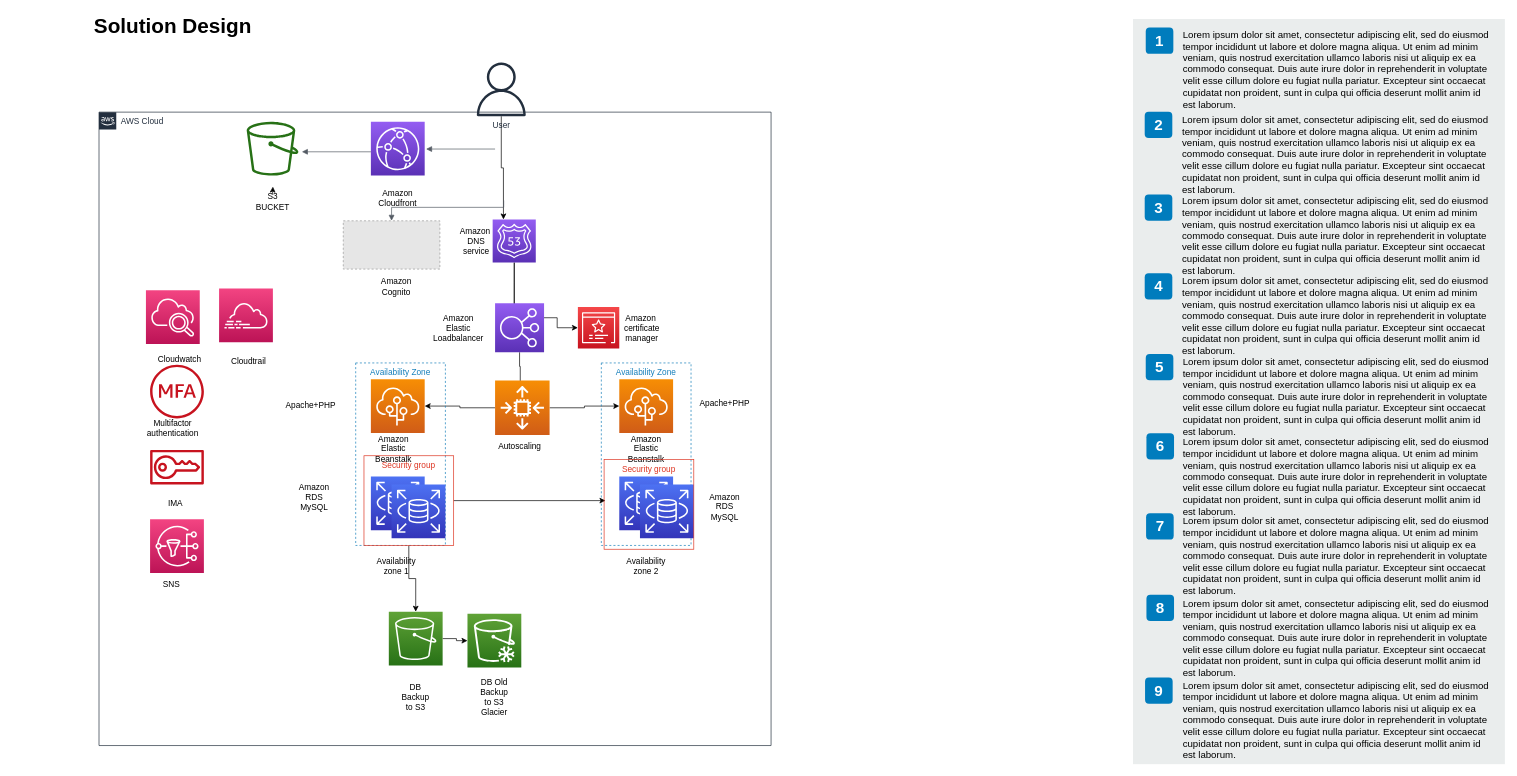
This is Untitled Diagram.drawio from ckapasi/personal, a draw.io file, before an edit. Source tidied: cells renumbered, new cells numbered last; positions are measured from the earlier drawing's top-left corner, leaving out a move shared by most shapes. Both pictures are drawn from the tidied source at 69%, with x=0, y=0 at pixel (92, 11). Pictures stored in the file or linked from it are replaced by grey dashed boxes.
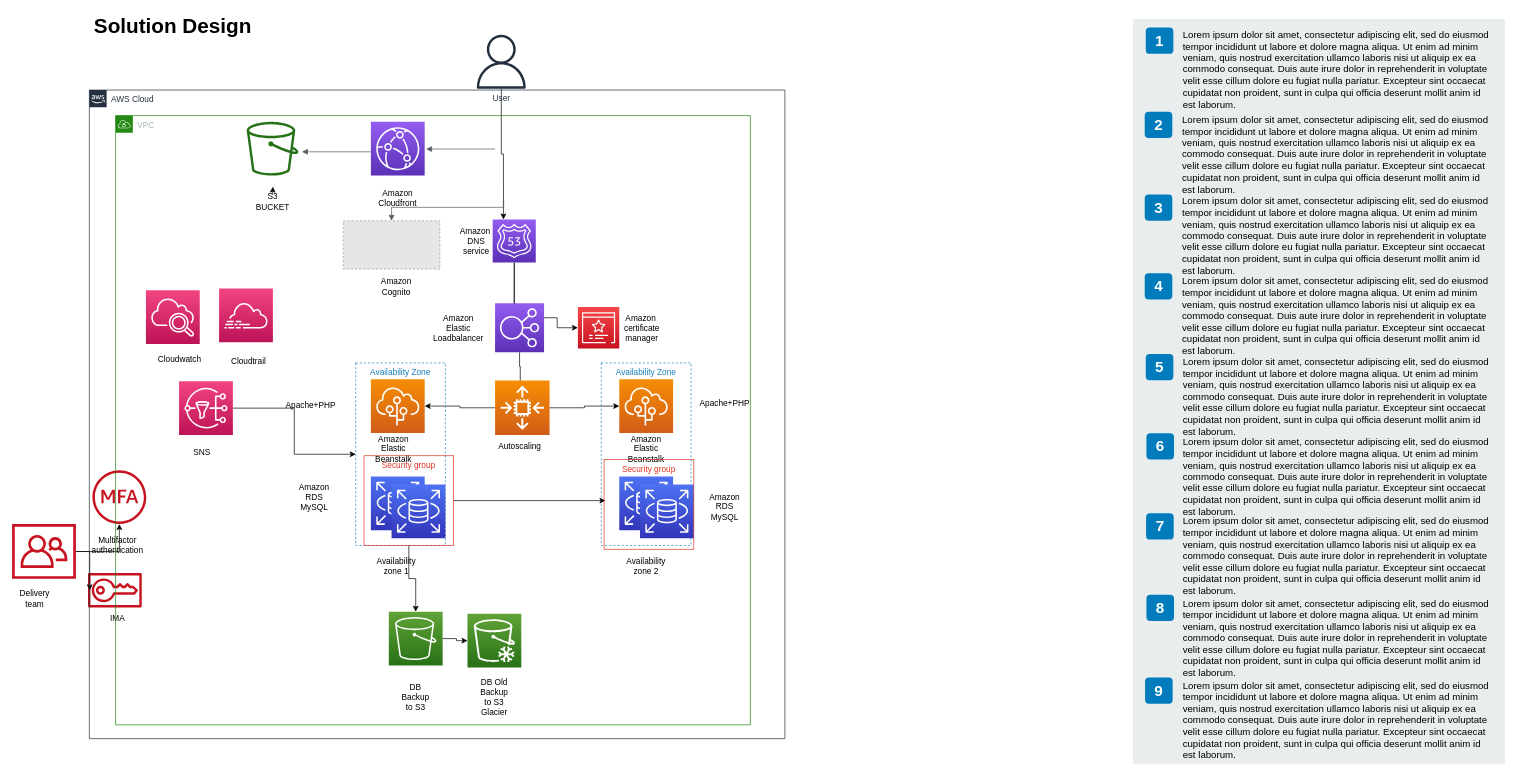
The same diagram, later.

Unchanged cells that the change refers to:
```xml
<mxCell id="45" value="Availability Zone" style="fillColor=none;strokeColor=#147EBA;dashed=1;verticalAlign=top;fontStyle=0;fontColor=#147EBA;" parent="1" vertex="1">
  <mxGeometry x="382" y="509.5" width="130" height="264.5" as="geometry" />
</mxCell>
```

What changed in the source:
```diff
@@
     <mxCell id="23" value="User" style="outlineConnect=0;fontColor=#232F3E;gradientColor=none;fillColor=#232F3E;strokeColor=none;dashed=0;verticalLabelPosition=bottom;verticalAlign=top;align=center;html=1;fontSize=12;fontStyle=0;shape=mxgraph.aws4.user;labelBackgroundColor=none;" parent="1" vertex="1">
-      <mxGeometry x="554" y="74" width="78" height="78" as="geometry" />
+      <mxGeometry x="554" y="34" width="78" height="78" as="geometry" />
     </mxCell>
@@
     <mxCell id="59" style="outlineConnect=0;fontColor=#232F3E;gradientColor=none;fillColor=#C7131F;strokeColor=none;dashed=0;verticalLabelPosition=bottom;verticalAlign=top;align=center;html=1;fontSize=12;fontStyle=0;shape=mxgraph.aws4.mfa_token;" parent="1" vertex="1">
-      <mxGeometry x="84" y="512" width="78" height="78" as="geometry" />
+      <mxGeometry x="0.5" y="665" width="78" height="78" as="geometry" />
     </mxCell>
     <mxCell id="60" style="outlineConnect=0;fontColor=#232F3E;gradientColor=none;fillColor=#C7131F;strokeColor=none;dashed=0;verticalLabelPosition=bottom;verticalAlign=top;align=center;html=1;fontSize=12;fontStyle=0;shape=mxgraph.aws4.sts;" parent="1" vertex="1">
-      <mxGeometry x="84" y="635.5" width="78" height="50" as="geometry" />
+      <mxGeometry x="-6" y="814" width="78" height="50" as="geometry" />
     </mxCell>
+    <mxCell id="83" style="edgeStyle=orthogonalEdgeStyle;rounded=0;jettySize=auto;html=1;" parent="1" edge="1" source="61" target="45">
+      <mxGeometry relative="1" as="geometry" />
+    </mxCell>
     <mxCell id="61" style="points=[[0,0,0],[0.25,0,0],[0.5,0,0],[0.75,0,0],[1,0,0],[0,1,0],[0.25,1,0],[0.5,1,0],[0.75,1,0],[1,1,0],[0,0.25,0],[0,0.5,0],[0,0.75,0],[1,0.25,0],[1,0.5,0],[1,0.75,0]];outlineConnect=0;fontColor=#232F3E;gradientColor=#F34482;gradientDirection=north;fillColor=#BC1356;strokeColor=#ffffff;dashed=0;verticalLabelPosition=bottom;verticalAlign=top;align=center;html=1;fontSize=12;fontStyle=0;shape=mxgraph.aws4.resourceIcon;resIcon=mxgraph.aws4.sns;" parent="1" vertex="1">
-      <mxGeometry x="84" y="736" width="78" height="78" as="geometry" />
+      <mxGeometry x="126" y="536" width="78" height="78" as="geometry" />
     </mxCell>
     <mxCell id="62" value="SNS&amp;nbsp;" style="text;html=1;strokeColor=none;fillColor=none;align=center;verticalAlign=middle;whiteSpace=wrap;rounded=0;" parent="1" vertex="1">
-      <mxGeometry x="94" y="821" width="46" height="20" as="geometry" />
+      <mxGeometry x="138" y="629.5" width="46" height="20" as="geometry" />
     </mxCell>
     <mxCell id="63" value="IMA" style="text;html=1;strokeColor=none;fillColor=none;align=center;verticalAlign=middle;whiteSpace=wrap;rounded=0;" parent="1" vertex="1">
-      <mxGeometry x="97.5" y="703" width="46" height="20" as="geometry" />
+      <mxGeometry x="14" y="870" width="46" height="20" as="geometry" />
     </mxCell>
     <mxCell id="64" value="Multifactor authentication" style="text;html=1;strokeColor=none;fillColor=none;align=center;verticalAlign=middle;whiteSpace=wrap;rounded=0;" parent="1" vertex="1">
-      <mxGeometry x="94" y="594" width="46" height="20" as="geometry" />
+      <mxGeometry x="14" y="763.5" width="46" height="20" as="geometry" />
     </mxCell>
@@
+    <mxCell id="84" style="edgeStyle=orthogonalEdgeStyle;rounded=0;jettySize=auto;html=1;" parent="1" edge="1" source="86" target="59">
+      <mxGeometry relative="1" as="geometry" />
+    </mxCell>
+    <mxCell id="85" style="edgeStyle=orthogonalEdgeStyle;rounded=0;jettySize=auto;html=1;" parent="1" edge="1" source="86" target="60">
+      <mxGeometry relative="1" as="geometry" />
+    </mxCell>
+    <mxCell id="86" style="outlineConnect=0;fontColor=#232F3E;gradientColor=none;fillColor=#C7131F;strokeColor=none;dashed=0;verticalLabelPosition=bottom;verticalAlign=top;align=center;html=1;fontSize=12;fontStyle=0;shape=mxgraph.aws4.organizations_organizational_unit;" parent="1" vertex="1">
+      <mxGeometry x="-116" y="743" width="92.5" height="79.5" as="geometry" />
+    </mxCell>
+    <mxCell id="87" value="Delivery team" style="text;html=1;strokeColor=none;fillColor=none;align=center;verticalAlign=middle;whiteSpace=wrap;rounded=0;" parent="1" vertex="1">
+      <mxGeometry x="-106" y="841" width="46" height="20" as="geometry" />
+    </mxCell>
+    <mxCell id="88" value="VPC" style="gradientColor=none;html=1;whiteSpace=wrap;fontSize=12;fontStyle=0;shape=mxgraph.aws4.group;grIcon=mxgraph.aws4.group_vpc;strokeColor=#248814;fillColor=none;verticalAlign=top;align=left;spacingLeft=30;fontColor=#AAB7B8;dashed=0;" parent="1" vertex="1">
+      <mxGeometry x="34" y="151" width="920" height="883" as="geometry" />
+    </mxCell>
     <mxCell id="82" value="AWS Cloud" style="gradientColor=none;html=1;whiteSpace=wrap;fontSize=12;fontStyle=0;shape=mxgraph.aws4.group;grIcon=mxgraph.aws4.group_aws_cloud_alt;strokeColor=#232F3E;fillColor=none;verticalAlign=top;align=left;spacingLeft=30;fontColor=#232F3E;dashed=0;" parent="1" vertex="1">
-      <mxGeometry x="10" y="146" width="974" height="918" as="geometry" />
+      <mxGeometry x="-4" y="114" width="1008" height="940" as="geometry" />
     </mxCell>
```
